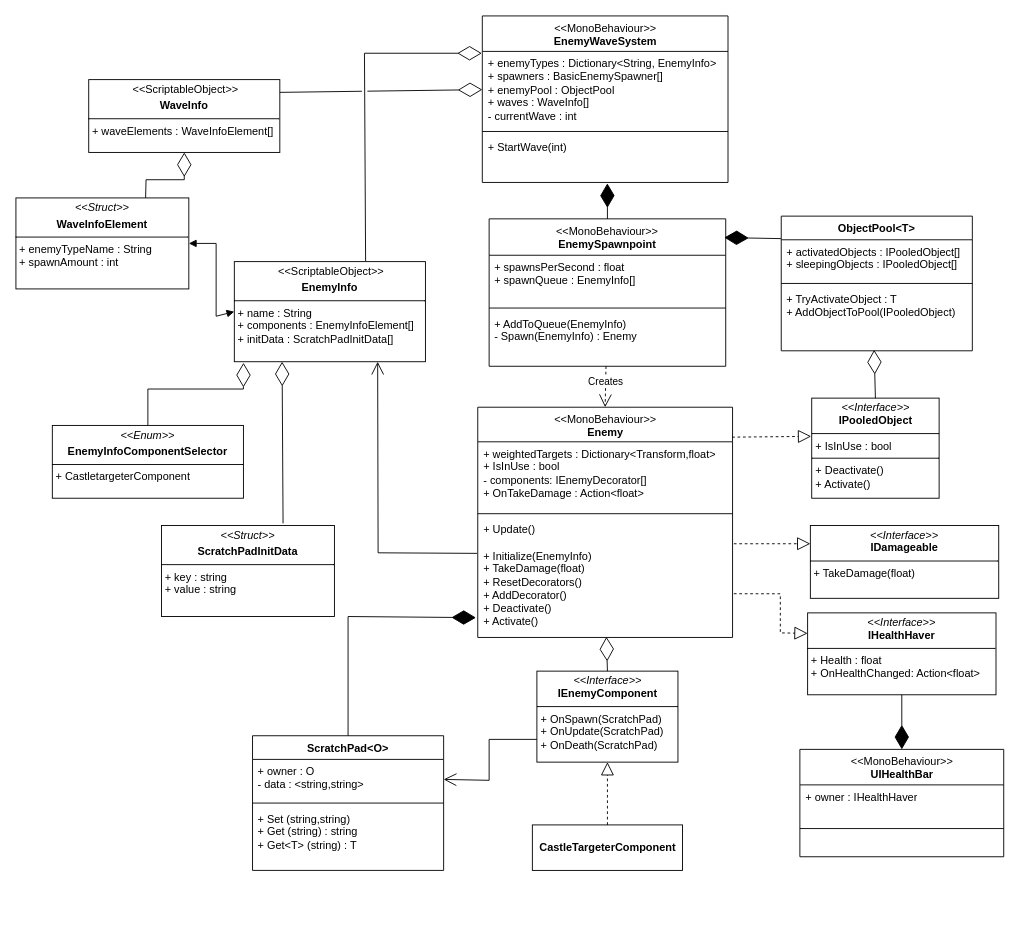
Roboolet/TowerDefenseEnemyDesignPatterns keeps this draw.io diagram as UML.drawio. Above is the earlier version. Source tidied: cells renumbered, new cells numbered last; positions are measured from the earlier drawing's top-left corner, leaving out a move shared by most shapes. Both pictures are drawn from the tidied source at 91%, with x=0, y=0 at pixel (15, 15).
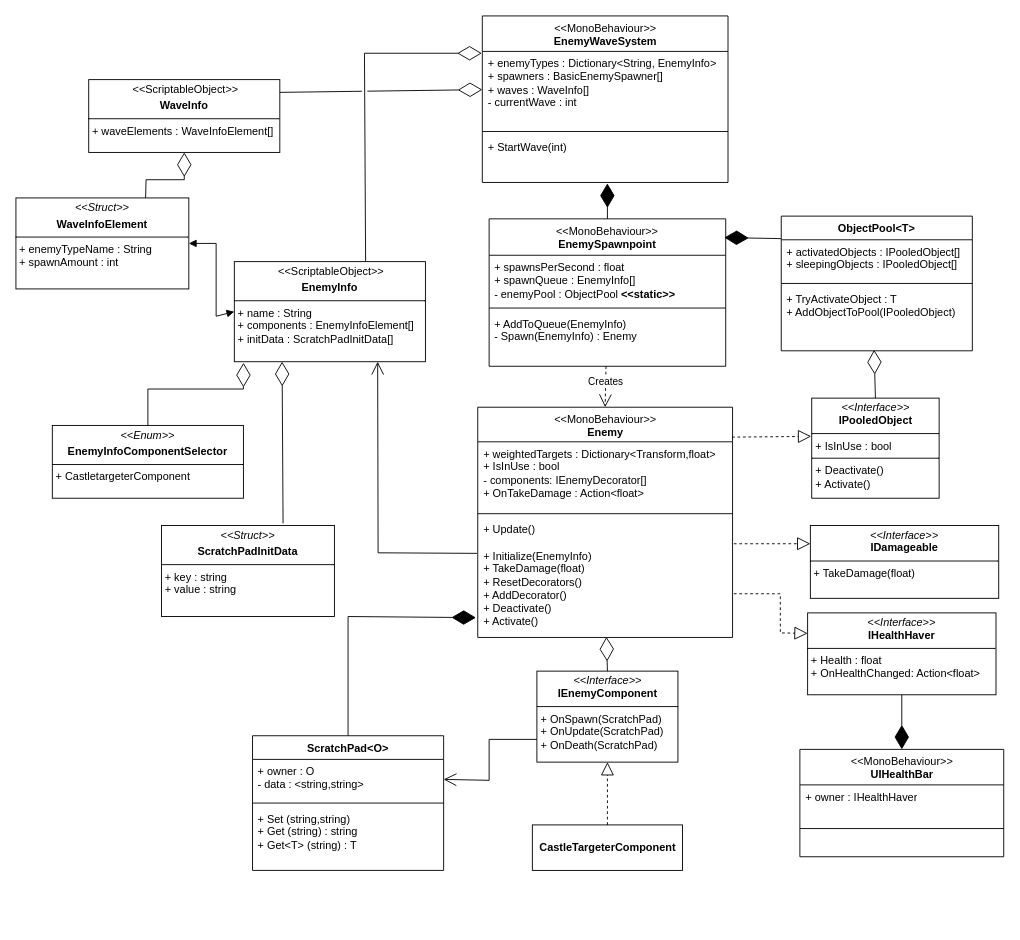
After the change.

Unchanged cells that the change refers to:
```xml
<mxCell id="17" value="&lt;span style=&quot;font-weight: 400;&quot;&gt;&amp;lt;&amp;lt;MonoBehaviour&amp;gt;&amp;gt;&lt;/span&gt;&lt;div&gt;EnemyWaveSystem&lt;div&gt;&lt;br&gt;&lt;/div&gt;&lt;/div&gt;" style="swimlane;fontStyle=1;align=center;verticalAlign=top;horizontal=1;startSize=39;whiteSpace=wrap;html=1;" parent="1" vertex="1">
  <mxGeometry x="512.5" width="270" height="183" as="geometry" />
</mxCell>
<mxCell id="24" value="&lt;span style=&quot;font-weight: 400;&quot;&gt;&amp;lt;&amp;lt;MonoBehaviour&amp;gt;&amp;gt;&lt;/span&gt;&lt;div&gt;EnemySpawnpoint&lt;/div&gt;" style="swimlane;fontStyle=1;align=center;verticalAlign=top;horizontal=1;startSize=40;whiteSpace=wrap;html=1;" parent="1" vertex="1">
  <mxGeometry x="520" y="223" width="260" height="162" as="geometry" />
</mxCell>
```

Change to the diagram source:
```diff
@@
-    <mxCell id="18" value="+ enemyTypes : Dictionary&amp;lt;String, EnemyInfo&amp;gt;&lt;div&gt;&lt;div&gt;+ spawners : BasicEnemySpawner[]&lt;/div&gt;&lt;div&gt;+ enemyPool : ObjectPool&lt;br&gt;&lt;/div&gt;&lt;div&gt;+ waves : WaveInfo[]&lt;/div&gt;&lt;div&gt;- currentWave : int&lt;/div&gt;&lt;div&gt;&lt;br&gt;&lt;/div&gt;&lt;/div&gt;" style="text;strokeColor=none;fillColor=none;align=left;verticalAlign=top;spacingLeft=4;spacingRight=4;overflow=hidden;points=[[0,0.5],[1,0.5]];portConstraint=eastwest;whiteSpace=wrap;html=1;" parent="17" vertex="1">
+    <mxCell id="18" value="+ enemyTypes : Dictionary&amp;lt;String, EnemyInfo&amp;gt;&lt;div&gt;&lt;div&gt;+ spawners : BasicEnemySpawner[]&lt;/div&gt;&lt;div&gt;+ waves : WaveInfo[]&lt;/div&gt;&lt;div&gt;- currentWave : int&lt;/div&gt;&lt;div&gt;&lt;br&gt;&lt;/div&gt;&lt;/div&gt;" style="text;strokeColor=none;fillColor=none;align=left;verticalAlign=top;spacingLeft=4;spacingRight=4;overflow=hidden;points=[[0,0.5],[1,0.5]];portConstraint=eastwest;whiteSpace=wrap;html=1;" parent="17" vertex="1">
       <mxGeometry y="39" width="270" height="84" as="geometry" />
     </mxCell>
@@
-    <mxCell id="25" value="+ spawnsPerSecond : float&lt;div&gt;+ spawnQueue : EnemyInfo[]&lt;/div&gt;" style="text;strokeColor=none;fillColor=none;align=left;verticalAlign=top;spacingLeft=4;spacingRight=4;overflow=hidden;whiteSpace=wrap;html=1;" parent="24" vertex="1">
+    <mxCell id="25" value="+ spawnsPerSecond : float&lt;div&gt;+ spawnQueue : EnemyInfo[]&lt;/div&gt;&lt;div&gt;- enemyPool : ObjectPool &lt;b&gt;&amp;lt;&amp;lt;static&amp;gt;&amp;gt;&lt;/b&gt;&lt;br&gt;&lt;/div&gt;" style="text;strokeColor=none;fillColor=none;align=left;verticalAlign=top;spacingLeft=4;spacingRight=4;overflow=hidden;whiteSpace=wrap;html=1;" parent="24" vertex="1">
       <mxGeometry y="40" width="260" height="54" as="geometry" />
     </mxCell>
```
